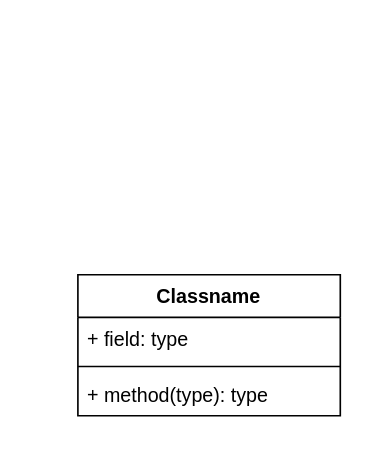
CovidDestroyers/Viral-Invaders keeps this draw.io diagram as Viral-Invaders-UML.drawio. Above is the earlier version. Source tidied: cells renumbered, new cells numbered last; positions are measured from the earlier drawing's top-left corner, leaving out a move shared by most shapes. Both pictures are drawn from the tidied source at 164%, with x=0, y=0 at pixel (77, 274).
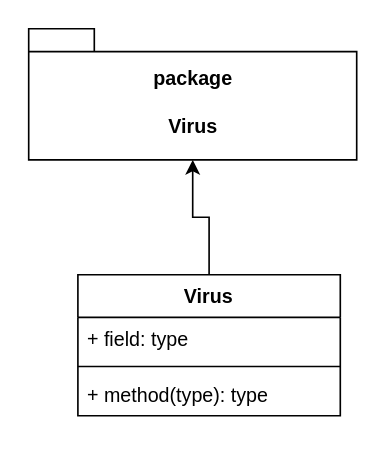
Above is the later version.

The edit, as a diff of the source:
```diff
@@
 <mxGraphModel>
   <root>
     <mxCell id="0" />
     <mxCell id="1" parent="0" />
+    <mxCell id="6" value="package&lt;br&gt;&lt;br&gt;Virus" style="shape=folder;fontStyle=1;spacingTop=10;tabWidth=40;tabHeight=14;tabPosition=left;html=1;" parent="1" vertex="1">
+      <mxGeometry x="-30" y="-150" width="200" height="80" as="geometry" />
+    </mxCell>
+    <mxCell id="7" style="edgeStyle=orthogonalEdgeStyle;rounded=0;jettySize=auto;html=1;" parent="1" edge="1" source="2" target="6">
+      <mxGeometry relative="1" as="geometry" />
+    </mxCell>
-    <mxCell id="2" value="Classname" style="swimlane;fontStyle=1;align=center;verticalAlign=top;horizontal=1;startSize=26;" parent="1" vertex="1">
+    <mxCell id="2" value="Virus&#10;" style="swimlane;fontStyle=1;align=center;verticalAlign=top;horizontal=1;startSize=26;" parent="1" vertex="1">
       <mxGeometry width="160" height="86" as="geometry" />
     </mxCell>
     <mxCell id="3" value="+ field: type" style="text;strokeColor=none;fillColor=none;align=left;verticalAlign=top;spacingLeft=4;spacingRight=4;overflow=hidden;" parent="2" vertex="1">
       <mxGeometry y="26" width="160" height="26" as="geometry" />
     </mxCell>
     <mxCell id="4" style="line;strokeWidth=1;fillColor=none;align=left;verticalAlign=middle;spacingTop=-1;spacingLeft=3;spacingRight=3;labelPosition=right;" parent="2" vertex="1">
       <mxGeometry y="52" width="160" height="8" as="geometry" />
     </mxCell>
     <mxCell id="5" value="+ method(type): type" style="text;strokeColor=none;fillColor=none;align=left;verticalAlign=top;spacingLeft=4;spacingRight=4;overflow=hidden;" parent="2" vertex="1">
       <mxGeometry y="60" width="160" height="26" as="geometry" />
     </mxCell>
   </root>
 </mxGraphModel>
```
